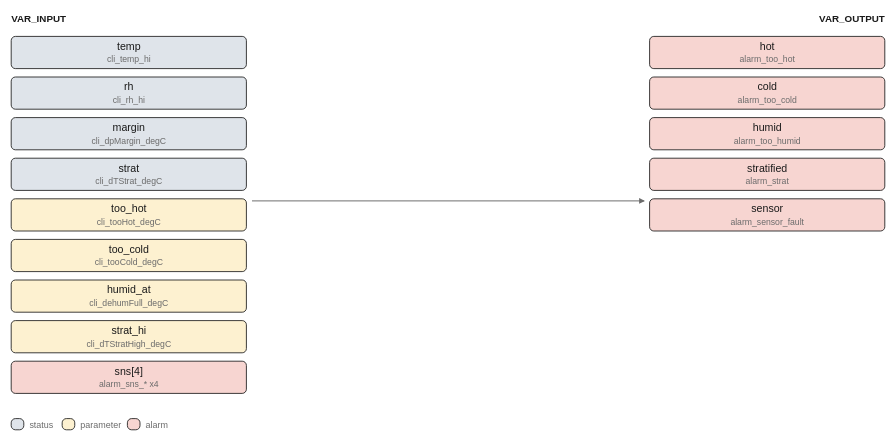
Above: images/logic/climate_watch.drawio.svg in pstch/botanik2 (draw.io), before the change. Source tidied: cells renumbered, new cells last; positions are measured from the earlier drawing's top-left corner, leaving out a move shared by most shapes.
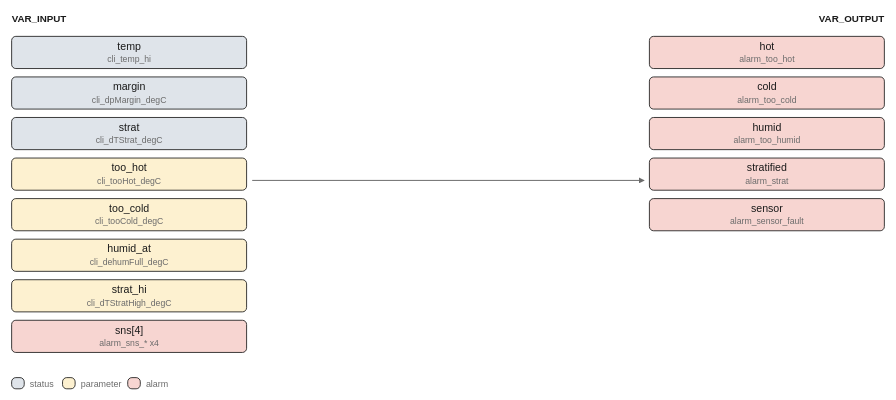
After the commit.

Change to the diagram source:
```diff
@@ -11,68 +11,65 @@
     <mxCell id="4" value="temp" style="rounded=1;fillColor=#dfe4ea;strokeColor=#1a1a1a;whiteSpace=wrap;html=1;fontSize=8;" parent="1" vertex="1">
       <mxGeometry y="17" width="168" height="23" as="geometry" />
     </mxCell>
-    <mxCell id="5" value="rh" style="rounded=1;fillColor=#dfe4ea;strokeColor=#1a1a1a;whiteSpace=wrap;html=1;fontSize=8;" parent="1" vertex="1">
+    <mxCell id="5" value="margin" style="rounded=1;fillColor=#dfe4ea;strokeColor=#1a1a1a;whiteSpace=wrap;html=1;fontSize=8;" parent="1" vertex="1">
       <mxGeometry y="46" width="168" height="23" as="geometry" />
     </mxCell>
-    <mxCell id="6" value="margin" style="rounded=1;fillColor=#dfe4ea;strokeColor=#1a1a1a;whiteSpace=wrap;html=1;fontSize=8;" parent="1" vertex="1">
+    <mxCell id="6" value="strat" style="rounded=1;fillColor=#dfe4ea;strokeColor=#1a1a1a;whiteSpace=wrap;html=1;fontSize=8;" parent="1" vertex="1">
       <mxGeometry y="75" width="168" height="23" as="geometry" />
     </mxCell>
-    <mxCell id="7" value="strat" style="rounded=1;fillColor=#dfe4ea;strokeColor=#1a1a1a;whiteSpace=wrap;html=1;fontSize=8;" parent="1" vertex="1">
+    <mxCell id="7" value="too_hot" style="rounded=1;fillColor=#fdf1d0;strokeColor=#1a1a1a;whiteSpace=wrap;html=1;fontSize=8;" parent="1" vertex="1">
       <mxGeometry y="104" width="168" height="23" as="geometry" />
     </mxCell>
-    <mxCell id="8" value="too_hot" style="rounded=1;fillColor=#fdf1d0;strokeColor=#1a1a1a;whiteSpace=wrap;html=1;fontSize=8;" parent="1" vertex="1">
+    <mxCell id="8" value="too_cold" style="rounded=1;fillColor=#fdf1d0;strokeColor=#1a1a1a;whiteSpace=wrap;html=1;fontSize=8;" parent="1" vertex="1">
       <mxGeometry y="133" width="168" height="23" as="geometry" />
     </mxCell>
-    <mxCell id="9" value="too_cold" style="rounded=1;fillColor=#fdf1d0;strokeColor=#1a1a1a;whiteSpace=wrap;html=1;fontSize=8;" parent="1" vertex="1">
+    <mxCell id="9" value="humid_at" style="rounded=1;fillColor=#fdf1d0;strokeColor=#1a1a1a;whiteSpace=wrap;html=1;fontSize=8;" parent="1" vertex="1">
       <mxGeometry y="162" width="168" height="23" as="geometry" />
     </mxCell>
-    <mxCell id="10" value="humid_at" style="rounded=1;fillColor=#fdf1d0;strokeColor=#1a1a1a;whiteSpace=wrap;html=1;fontSize=8;" parent="1" vertex="1">
+    <mxCell id="10" value="strat_hi" style="rounded=1;fillColor=#fdf1d0;strokeColor=#1a1a1a;whiteSpace=wrap;html=1;fontSize=8;" parent="1" vertex="1">
       <mxGeometry y="191" width="168" height="23" as="geometry" />
     </mxCell>
-    <mxCell id="11" value="strat_hi" style="rounded=1;fillColor=#fdf1d0;strokeColor=#1a1a1a;whiteSpace=wrap;html=1;fontSize=8;" parent="1" vertex="1">
+    <mxCell id="11" value="sns[4]" style="rounded=1;fillColor=#f7d5d1;strokeColor=#1a1a1a;whiteSpace=wrap;html=1;fontSize=8;" parent="1" vertex="1">
       <mxGeometry y="220" width="168" height="23" as="geometry" />
     </mxCell>
-    <mxCell id="12" value="sns[4]" style="rounded=1;fillColor=#f7d5d1;strokeColor=#1a1a1a;whiteSpace=wrap;html=1;fontSize=8;" parent="1" vertex="1">
-      <mxGeometry y="249" width="168" height="23" as="geometry" />
+    <mxCell id="12" value="hot" style="rounded=1;fillColor=#f7d5d1;strokeColor=#1a1a1a;whiteSpace=wrap;html=1;fontSize=8;" parent="1" vertex="1">
+      <mxGeometry x="456" y="17" width="168" height="23" as="geometry" />
     </mxCell>
-    <mxCell id="13" value="hot" style="rounded=1;fillColor=#f7d5d1;strokeColor=#1a1a1a;whiteSpace=wrap;html=1;fontSize=8;" parent="1" vertex="1">
-      <mxGeometry x="456" y="17" width="168" height="23" as="geometry" />
+    <mxCell id="13" value="cold" style="rounded=1;fillColor=#f7d5d1;strokeColor=#1a1a1a;whiteSpace=wrap;html=1;fontSize=8;" parent="1" vertex="1">
+      <mxGeometry x="456" y="46" width="168" height="23" as="geometry" />
     </mxCell>
-    <mxCell id="14" value="cold" style="rounded=1;fillColor=#f7d5d1;strokeColor=#1a1a1a;whiteSpace=wrap;html=1;fontSize=8;" parent="1" vertex="1">
-      <mxGeometry x="456" y="46" width="168" height="23" as="geometry" />
+    <mxCell id="14" value="humid" style="rounded=1;fillColor=#f7d5d1;strokeColor=#1a1a1a;whiteSpace=wrap;html=1;fontSize=8;" parent="1" vertex="1">
+      <mxGeometry x="456" y="75" width="168" height="23" as="geometry" />
     </mxCell>
-    <mxCell id="15" value="humid" style="rounded=1;fillColor=#f7d5d1;strokeColor=#1a1a1a;whiteSpace=wrap;html=1;fontSize=8;" parent="1" vertex="1">
-      <mxGeometry x="456" y="75" width="168" height="23" as="geometry" />
+    <mxCell id="15" value="stratified" style="rounded=1;fillColor=#f7d5d1;strokeColor=#1a1a1a;whiteSpace=wrap;html=1;fontSize=8;" parent="1" vertex="1">
+      <mxGeometry x="456" y="104" width="168" height="23" as="geometry" />
     </mxCell>
-    <mxCell id="16" value="stratified" style="rounded=1;fillColor=#f7d5d1;strokeColor=#1a1a1a;whiteSpace=wrap;html=1;fontSize=8;" parent="1" vertex="1">
-      <mxGeometry x="456" y="104" width="168" height="23" as="geometry" />
+    <mxCell id="16" value="sensor" style="rounded=1;fillColor=#f7d5d1;strokeColor=#1a1a1a;whiteSpace=wrap;html=1;fontSize=8;" parent="1" vertex="1">
+      <mxGeometry x="456" y="133" width="168" height="23" as="geometry" />
     </mxCell>
-    <mxCell id="17" value="sensor" style="rounded=1;fillColor=#f7d5d1;strokeColor=#1a1a1a;whiteSpace=wrap;html=1;fontSize=8;" parent="1" vertex="1">
-      <mxGeometry x="456" y="133" width="168" height="23" as="geometry" />
-    </mxCell>
-    <mxCell id="18" style="edgeStyle=none;html=1;strokeColor=#6b6b6b;endArrow=block;" parent="1" edge="1">
-      <mxGeometry relative="1" as="geometry">
-        <mxPoint x="172" y="134.5" as="sourcePoint" />
-        <mxPoint x="452" y="134.5" as="targetPoint" />
-      </mxGeometry>
-    </mxCell>
+    <mxCell id="25" style="edgeStyle=none;html=1;strokeColor=#6b6b6b;endArrow=block;" parent="1" edge="1">
+      <mxGeometry relative="1" as="geometry">
+        <mxPoint x="172" y="120" as="sourcePoint" />
+        <mxPoint x="452" y="120" as="targetPoint" />
+      </mxGeometry>
+    </mxCell>
+    <mxCell id="26" style="rounded=1;fillColor=#dfe4ea;strokeColor=#1a1a1a;whiteSpace=wrap;html=1;fontSize=8;" parent="1" vertex="1">
+      <mxGeometry y="261" width="9" height="8" as="geometry" />
+    </mxCell>
-    <mxCell id="19" style="rounded=1;fillColor=#dfe4ea;strokeColor=#1a1a1a;whiteSpace=wrap;html=1;fontSize=8;" parent="1" vertex="1">
-      <mxGeometry y="290" width="9" height="8" as="geometry" />
+    <mxCell id="19" value="status" style="text;html=1;fontSize=6;fontColor=#6b6b6b;align=left;" parent="1" vertex="1">
+      <mxGeometry x="13" y="261.6" width="40" height="10.4" as="geometry" />
     </mxCell>
-    <mxCell id="20" value="status" style="text;html=1;fontSize=6;fontColor=#6b6b6b;align=left;" parent="1" vertex="1">
-      <mxGeometry x="13" y="290.6" width="40" height="10.4" as="geometry" />
+    <mxCell id="20" style="rounded=1;fillColor=#fdf1d0;strokeColor=#1a1a1a;whiteSpace=wrap;html=1;fontSize=8;" parent="1" vertex="1">
+      <mxGeometry x="36.4" y="261" width="9" height="8" as="geometry" />
     </mxCell>
-    <mxCell id="21" style="rounded=1;fillColor=#fdf1d0;strokeColor=#1a1a1a;whiteSpace=wrap;html=1;fontSize=8;" parent="1" vertex="1">
-      <mxGeometry x="36.4" y="290" width="9" height="8" as="geometry" />
+    <mxCell id="21" value="parameter" style="text;html=1;fontSize=6;fontColor=#6b6b6b;align=left;" parent="1" vertex="1">
+      <mxGeometry x="49.4" y="261.6" width="45" height="10.4" as="geometry" />
     </mxCell>
-    <mxCell id="22" value="parameter" style="text;html=1;fontSize=6;fontColor=#6b6b6b;align=left;" parent="1" vertex="1">
-      <mxGeometry x="49.4" y="290.6" width="45" height="10.4" as="geometry" />
+    <mxCell id="22" style="rounded=1;fillColor=#f7d5d1;strokeColor=#1a1a1a;whiteSpace=wrap;html=1;fontSize=8;" parent="1" vertex="1">
+      <mxGeometry x="83" y="261" width="9" height="8" as="geometry" />
     </mxCell>
-    <mxCell id="23" style="rounded=1;fillColor=#f7d5d1;strokeColor=#1a1a1a;whiteSpace=wrap;html=1;fontSize=8;" parent="1" vertex="1">
-      <mxGeometry x="83" y="290" width="9" height="8" as="geometry" />
+    <mxCell id="23" value="alarm" style="text;html=1;fontSize=6;fontColor=#6b6b6b;align=left;" parent="1" vertex="1">
+      <mxGeometry x="96" y="261.6" width="40" height="10.4" as="geometry" />
     </mxCell>
-    <mxCell id="24" value="alarm" style="text;html=1;fontSize=6;fontColor=#6b6b6b;align=left;" parent="1" vertex="1">
-      <mxGeometry x="96" y="290.6" width="40" height="10.4" as="geometry" />
-    </mxCell>
   </root>
 </mxGraphModel>
```
